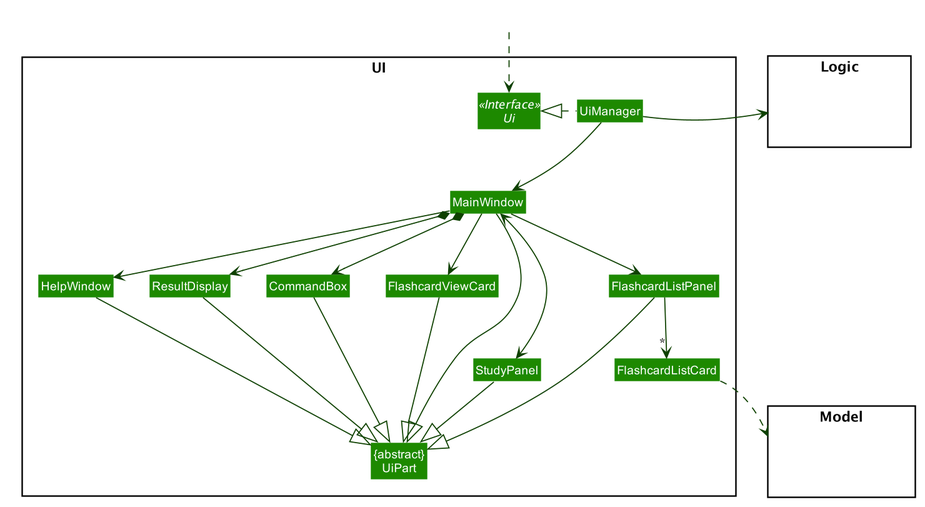
Above: docs/images/UiClassDiagram.png in nus-cs2103-AY2021S1/tp (PlantUML), before the change.
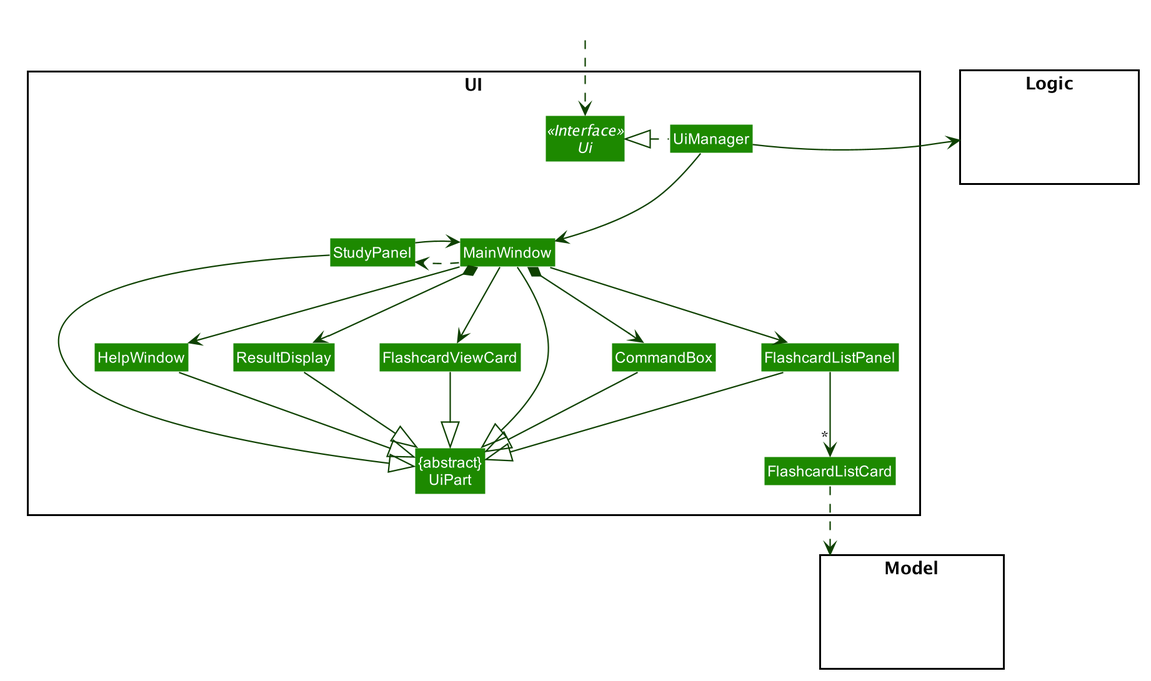
After the change.

Diff of the diagram source:
```diff
@@ -86,7 +86,8 @@
 FlashcardListPanel -down-> "*" FlashcardListCard
 MainWindow -down-> FlashcardViewCard
 MainWindow -down-> HelpWindow
-MainWindow <---> StudyPanel
+MainWindow .down> StudyPanel
+StudyPanel --> MainWindow
 
 HelpWindow --|> UiPart
 ResultDisplay --|> UiPart
```
